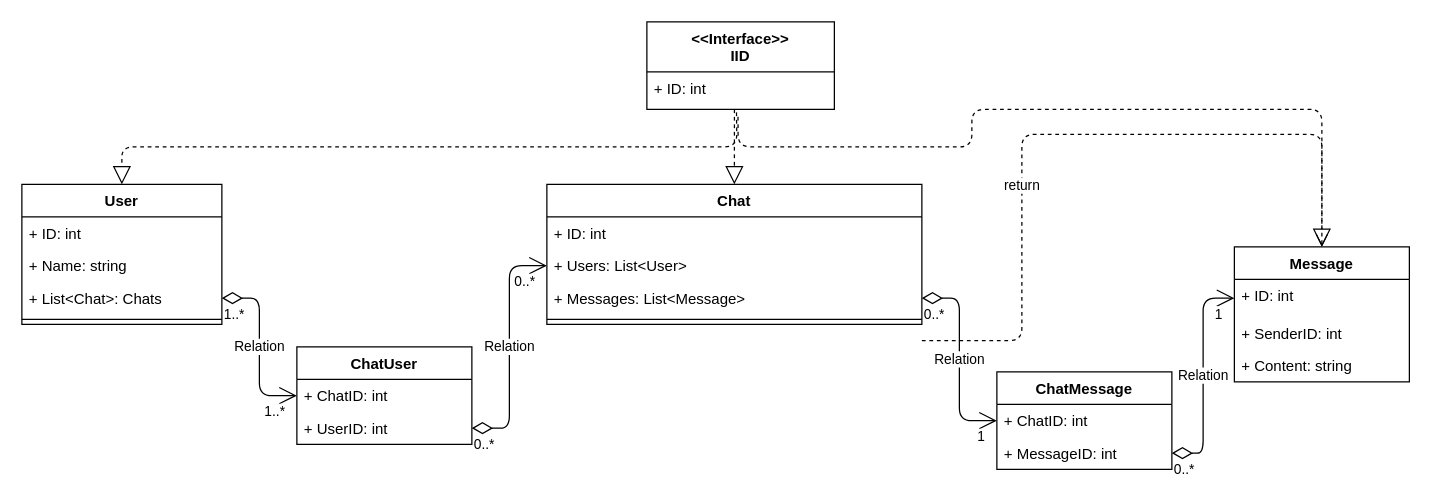
Above: Hovedforløb 3/Database programmering/Final Assignment/DanhosMessages/Project Relations.drawio in DanielSimonsen90/Education (draw.io), before the change. Source tidied: cells renumbered, new cells numbered last; positions are measured from the earlier drawing's top-left corner, leaving out a move shared by most shapes. Both pictures are drawn from the tidied source at 125%, with x=0, y=0 at pixel (21, 21).
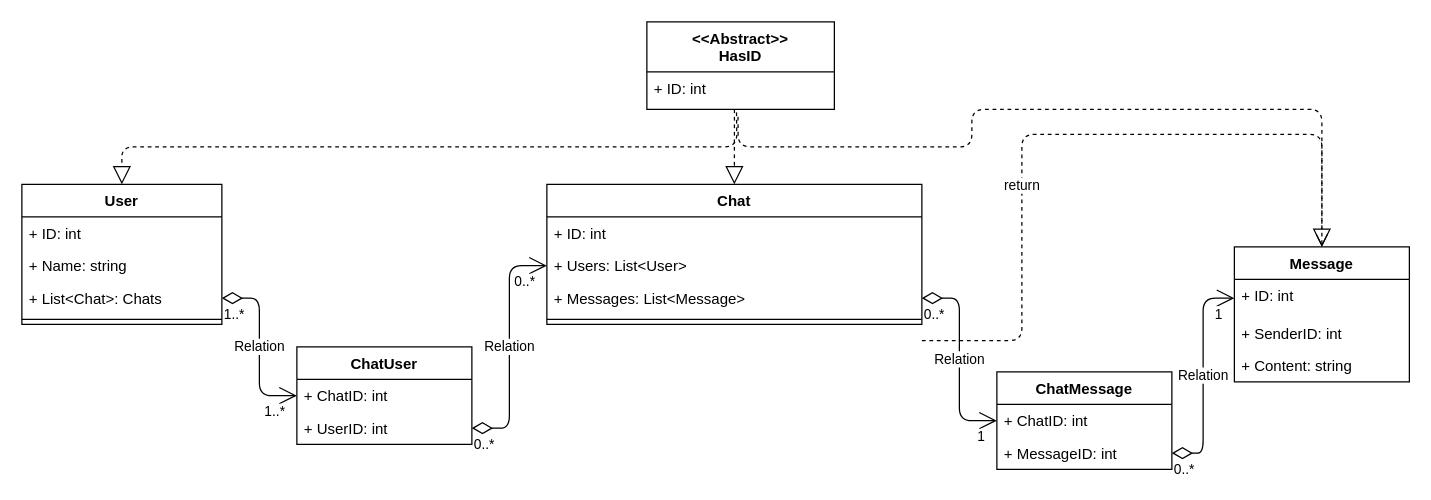
The same diagram, later.

Diff of the diagram source:
```diff
@@
-    <mxCell id="15" value="&lt;&lt;Interface&gt;&gt;&#10;IID" style="swimlane;fontStyle=1;horizontal=1;startSize=40;fillColor=none;" parent="1" vertex="1">
+    <mxCell id="15" value="&lt;&lt;Abstract&gt;&gt;&#10;HasID" style="swimlane;fontStyle=1;horizontal=1;startSize=40;fillColor=none;" parent="1" vertex="1">
       <mxGeometry x="500" width="150" height="70" as="geometry" />
     </mxCell>
```
